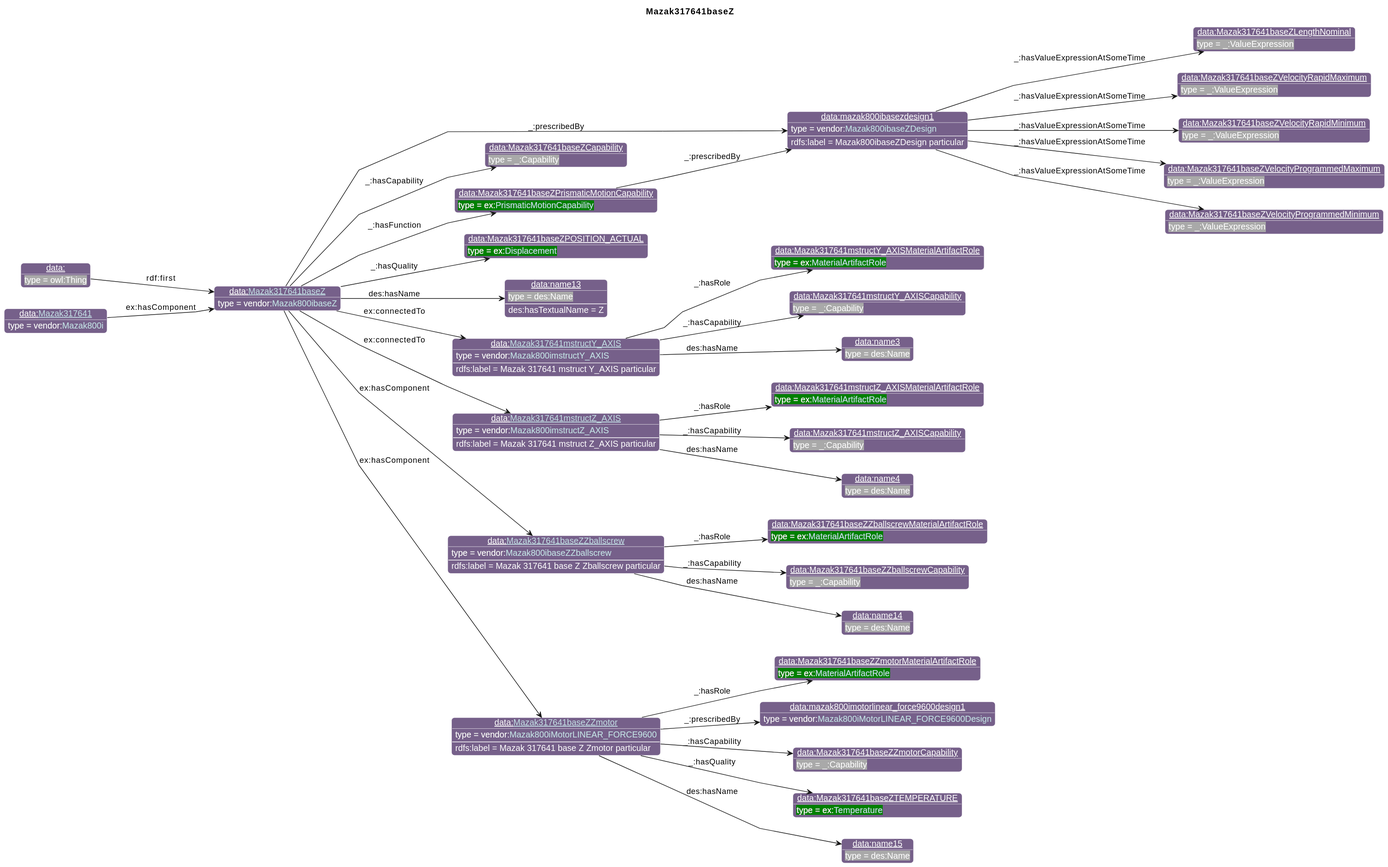
Earlier version of the PlantUML export diagrams/Mazak317641baseZ.svg (iofoundry/example-syseng-mtconnect).
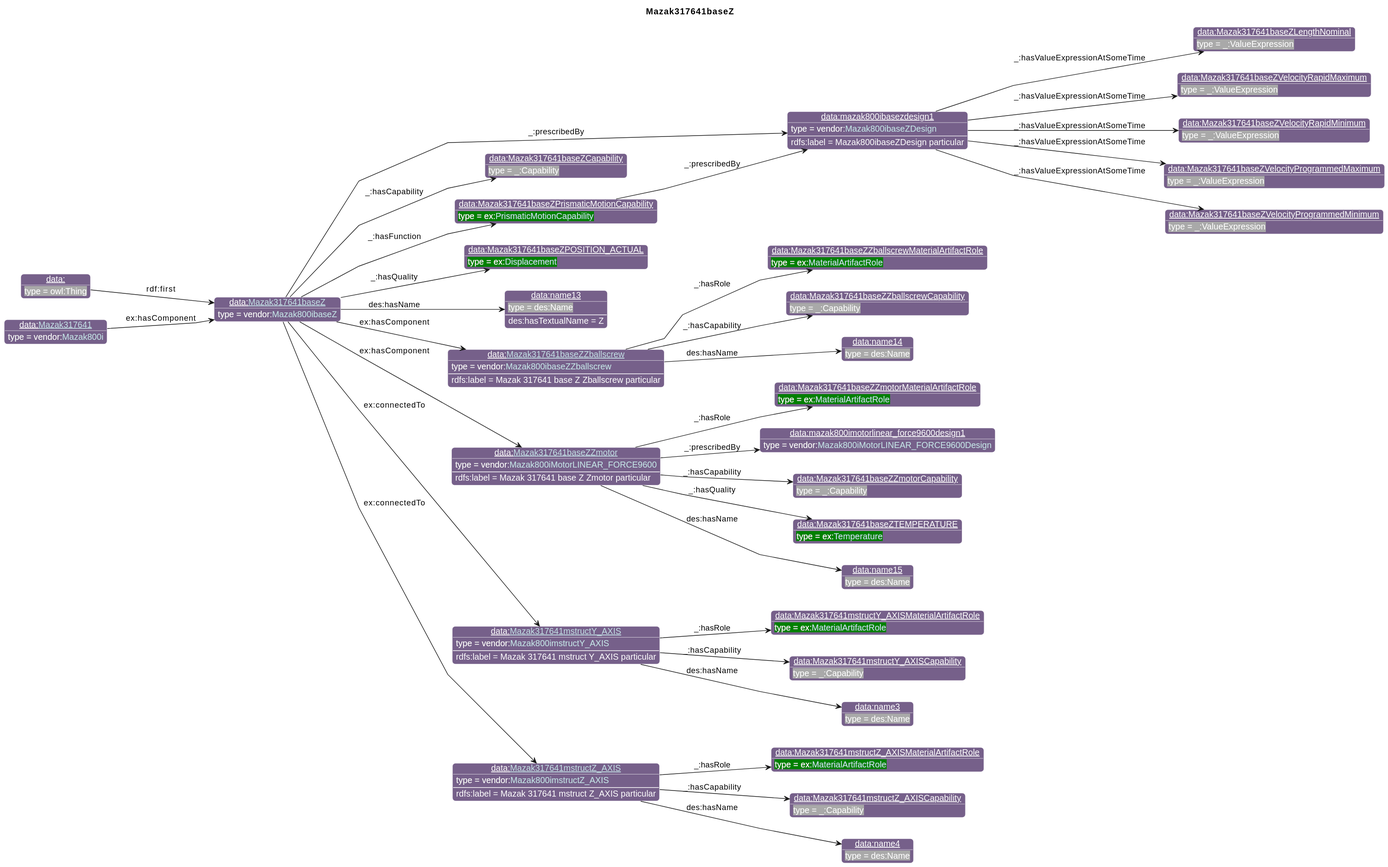
The same file after the commit.

Change to the diagram source:
```diff
@@ -36,24 +36,24 @@
 individual(o8, data:Mazak317641baseZPrismaticMotionCapability, ex:[[../Example.html#PrismaticMotionCapability PrismaticMotionCapability]])
 individual(o9, data:Mazak317641baseZPOSITION_ACTUAL, ex:[[../Example.html#Displacement Displacement]])
 individual(o10, data:name13, des:Name)
-individual(o11, data:[[./Mazak317641mstructY_AXIS.html Mazak317641mstructY_AXIS]], vendor:[[../Mazak.html#Mazak800imstructY_AXIS Mazak800imstructY_AXIS]])
-individual(o12, data:Mazak317641mstructY_AXISMaterialArtifactRole, ex:[[../Example.html#MaterialArtifactRole MaterialArtifactRole]])
-individual(o13, data:Mazak317641mstructY_AXISCapability, _:Capability)
-individual(o14, data:name3, des:Name)
-individual(o15, data:[[./Mazak317641mstructZ_AXIS.html Mazak317641mstructZ_AXIS]], vendor:[[../Mazak.html#Mazak800imstructZ_AXIS Mazak800imstructZ_AXIS]])
-individual(o16, data:Mazak317641mstructZ_AXISMaterialArtifactRole, ex:[[../Example.html#MaterialArtifactRole MaterialArtifactRole]])
-individual(o17, data:Mazak317641mstructZ_AXISCapability, _:Capability)
-individual(o18, data:name4, des:Name)
-individual(o19, data:[[./Mazak317641baseZZballscrew.html Mazak317641baseZZballscrew]], vendor:[[../Mazak.html#Mazak800ibaseZZballscrew Mazak800ibaseZZballscrew]])
-individual(o20, data:Mazak317641baseZZballscrewMaterialArtifactRole, ex:[[../Example.html#MaterialArtifactRole MaterialArtifactRole]])
-individual(o21, data:Mazak317641baseZZballscrewCapability, _:Capability)
-individual(o22, data:name14, des:Name)
-individual(o23, data:[[./Mazak317641baseZZmotor.html Mazak317641baseZZmotor]], vendor:[[../Mazak.html#Mazak800iMotorLINEAR_FORCE9600 Mazak800iMotorLINEAR_FORCE9600]])
-individual(o24, data:Mazak317641baseZZmotorMaterialArtifactRole, ex:[[../Example.html#MaterialArtifactRole MaterialArtifactRole]])
-individual(o25, data:mazak800imotorlinear_force9600design1, vendor:[[../Mazak.html#Mazak800iMotorLINEAR_FORCE9600Design Mazak800iMotorLINEAR_FORCE9600Design]])
-individual(o26, data:Mazak317641baseZZmotorCapability, _:Capability)
-individual(o27, data:Mazak317641baseZTEMPERATURE, ex:[[../Example.html#Temperature Temperature]])
-individual(o28, data:name15, des:Name)
+individual(o11, data:[[./Mazak317641baseZZballscrew.html Mazak317641baseZZballscrew]], vendor:[[../Mazak.html#Mazak800ibaseZZballscrew Mazak800ibaseZZballscrew]])
+individual(o12, data:Mazak317641baseZZballscrewMaterialArtifactRole, ex:[[../Example.html#MaterialArtifactRole MaterialArtifactRole]])
+individual(o13, data:Mazak317641baseZZballscrewCapability, _:Capability)
+individual(o14, data:name14, des:Name)
+individual(o15, data:[[./Mazak317641baseZZmotor.html Mazak317641baseZZmotor]], vendor:[[../Mazak.html#Mazak800iMotorLINEAR_FORCE9600 Mazak800iMotorLINEAR_FORCE9600]])
+individual(o16, data:Mazak317641baseZZmotorMaterialArtifactRole, ex:[[../Example.html#MaterialArtifactRole MaterialArtifactRole]])
+individual(o17, data:mazak800imotorlinear_force9600design1, vendor:[[../Mazak.html#Mazak800iMotorLINEAR_FORCE9600Design Mazak800iMotorLINEAR_FORCE9600Design]])
+individual(o18, data:Mazak317641baseZZmotorCapability, _:Capability)
+individual(o19, data:Mazak317641baseZTEMPERATURE, ex:[[../Example.html#Temperature Temperature]])
+individual(o20, data:name15, des:Name)
+individual(o21, data:[[./Mazak317641mstructY_AXIS.html Mazak317641mstructY_AXIS]], vendor:[[../Mazak.html#Mazak800imstructY_AXIS Mazak800imstructY_AXIS]])
+individual(o22, data:Mazak317641mstructY_AXISMaterialArtifactRole, ex:[[../Example.html#MaterialArtifactRole MaterialArtifactRole]])
+individual(o23, data:Mazak317641mstructY_AXISCapability, _:Capability)
+individual(o24, data:name3, des:Name)
+individual(o25, data:[[./Mazak317641mstructZ_AXIS.html Mazak317641mstructZ_AXIS]], vendor:[[../Mazak.html#Mazak800imstructZ_AXIS Mazak800imstructZ_AXIS]])
+individual(o26, data:Mazak317641mstructZ_AXISMaterialArtifactRole, ex:[[../Example.html#MaterialArtifactRole MaterialArtifactRole]])
+individual(o27, data:Mazak317641mstructZ_AXISCapability, _:Capability)
+individual(o28, data:name4, des:Name)
 individual(o29, data:, owl:Thing)
 individual(o30, data:[[./Mazak317641.html Mazak317641]], vendor:[[../Mazak.html#Mazak800i Mazak800i]])
 property(o0, "_:prescribedBy", o1)
@@ -69,28 +69,28 @@
 property(o0, "_:hasQuality", o9)
 property(o0, "des:hasName", o10)
 data(o10, "des:hasTextualName", "Z")
-property(o0, "ex:connectedTo", o11)
-data(o11, "rdfs:label", "Mazak 317641 mstruct Y_AXIS particular")
+property(o0, "ex:hasComponent", o11)
+data(o11, "rdfs:label", "Mazak 317641 base Z Zballscrew particular")
 property(o11, "_:hasRole", o12)
 property(o11, "_:hasCapability", o13)
 property(o11, "des:hasName", o14)
-property(o0, "ex:connectedTo", o15)
-data(o15, "rdfs:label", "Mazak 317641 mstruct Z_AXIS particular")
+property(o0, "ex:hasComponent", o15)
+data(o15, "rdfs:label", "Mazak 317641 base Z Zmotor particular")
 property(o15, "_:hasRole", o16)
-property(o15, "_:hasCapability", o17)
-property(o15, "des:hasName", o18)
-property(o0, "ex:hasComponent", o19)
-data(o19, "rdfs:label", "Mazak 317641 base Z Zballscrew particular")
-property(o19, "_:hasRole", o20)
-property(o19, "_:hasCapability", o21)
-property(o19, "des:hasName", o22)
-property(o0, "ex:hasComponent", o23)
-data(o23, "rdfs:label", "Mazak 317641 base Z Zmotor particular")
-property(o23, "_:hasRole", o24)
-property(o23, "_:prescribedBy", o25)
-property(o23, "_:hasCapability", o26)
-property(o23, "_:hasQuality", o27)
-property(o23, "des:hasName", o28)
+property(o15, "_:prescribedBy", o17)
+property(o15, "_:hasCapability", o18)
+property(o15, "_:hasQuality", o19)
+property(o15, "des:hasName", o20)
+property(o0, "ex:connectedTo", o21)
+data(o21, "rdfs:label", "Mazak 317641 mstruct Y_AXIS particular")
+property(o21, "_:hasRole", o22)
+property(o21, "_:hasCapability", o23)
+property(o21, "des:hasName", o24)
+property(o0, "ex:connectedTo", o25)
+data(o25, "rdfs:label", "Mazak 317641 mstruct Z_AXIS particular")
+property(o25, "_:hasRole", o26)
+property(o25, "_:hasCapability", o27)
+property(o25, "des:hasName", o28)
 property(o29, "rdf:first", o0)
 property(o30, "ex:hasComponent", o0)
 @enduml
```
